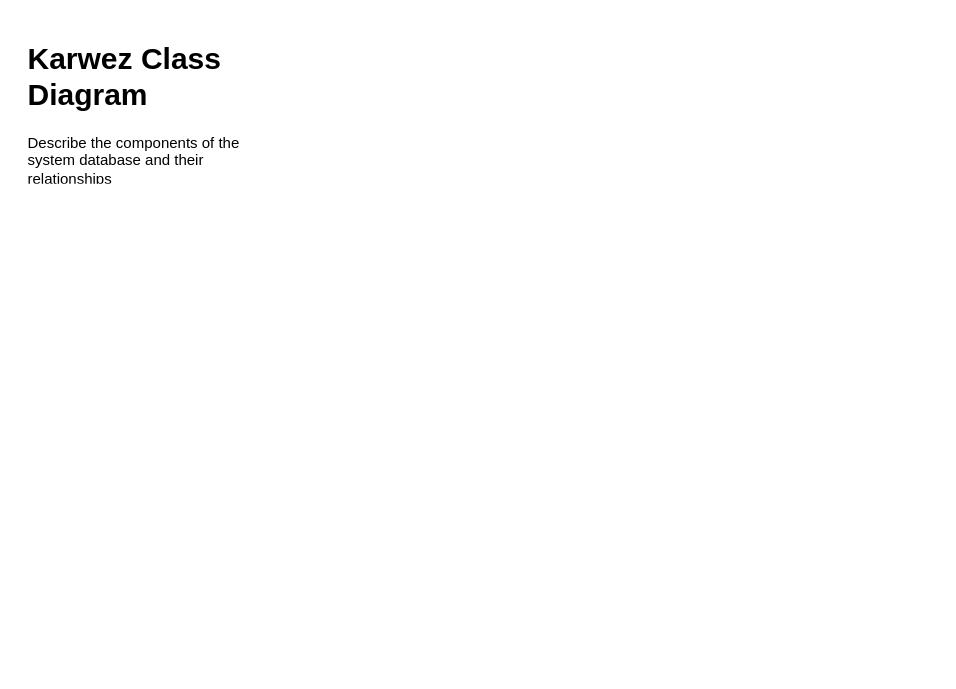
The draw.io diagram Karwez class Diagram.drawio in Goombugi/Dart-Codes, before the edit. Source tidied: cells renumbered, new cells numbered last; positions are measured from the earlier drawing's top-left corner, leaving out a move shared by most shapes. Both pictures are drawn from the tidied source at 125%, with x=0, y=0 at pixel (21, 34).
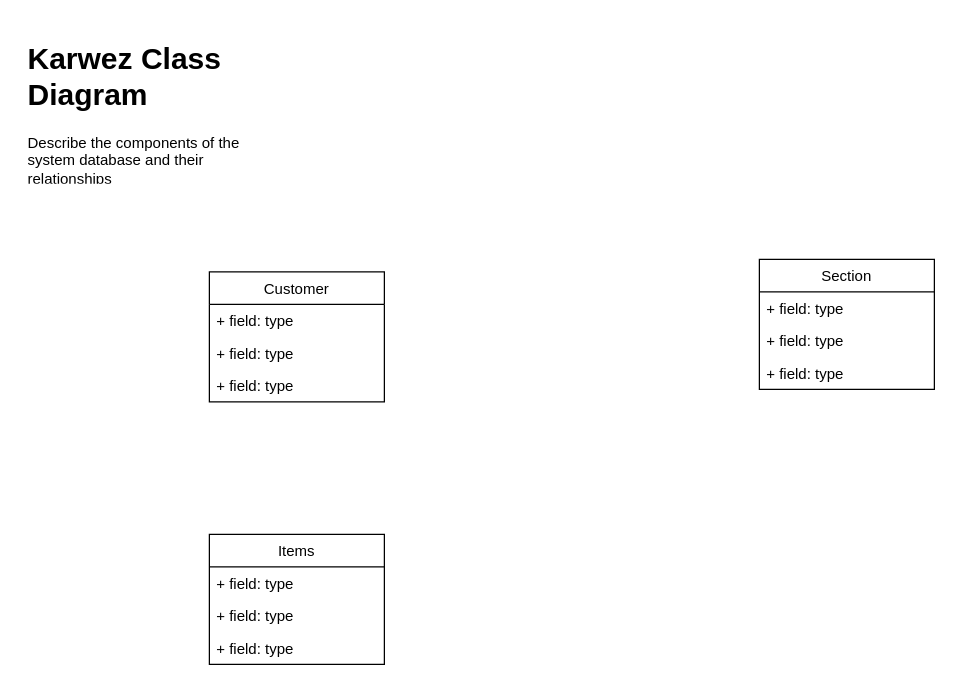
The same page after the edit.

What changed in the source:
```diff
@@
 <mxGraphModel>
   <root>
     <mxCell id="0" />
     <mxCell id="1" parent="0" />
     <mxCell id="2" value="&lt;h1&gt;Karwez Class Diagram&lt;br&gt;&lt;/h1&gt;&lt;p&gt;Describe the components of the system database and their relationships&lt;br&gt;&lt;/p&gt;" style="text;html=1;strokeColor=none;fillColor=none;spacing=5;spacingTop=-20;whiteSpace=wrap;overflow=hidden;rounded=0;" parent="1" vertex="1">
       <mxGeometry width="190" height="120" as="geometry" />
     </mxCell>
+    <mxCell id="3" value="Customer" style="swimlane;fontStyle=0;horizontal=1;startSize=26;fillColor=none;" parent="1" vertex="1">
+      <mxGeometry x="150" y="190" width="140" height="104" as="geometry" />
+    </mxCell>
+    <mxCell id="4" value="+ field: type" style="text;strokeColor=none;fillColor=none;align=left;verticalAlign=top;spacingLeft=4;spacingRight=4;overflow=hidden;" parent="3" vertex="1">
+      <mxGeometry y="26" width="140" height="26" as="geometry" />
+    </mxCell>
+    <mxCell id="5" value="+ field: type" style="text;strokeColor=none;fillColor=none;align=left;verticalAlign=top;spacingLeft=4;spacingRight=4;overflow=hidden;" parent="3" vertex="1">
+      <mxGeometry y="52" width="140" height="26" as="geometry" />
+    </mxCell>
+    <mxCell id="6" value="+ field: type" style="text;strokeColor=none;fillColor=none;align=left;verticalAlign=top;spacingLeft=4;spacingRight=4;overflow=hidden;" parent="3" vertex="1">
+      <mxGeometry y="78" width="140" height="26" as="geometry" />
+    </mxCell>
+    <mxCell id="7" value="Items" style="swimlane;fontStyle=0;horizontal=1;startSize=26;fillColor=none;" parent="1" vertex="1">
+      <mxGeometry x="150" y="400" width="140" height="104" as="geometry" />
+    </mxCell>
+    <mxCell id="8" value="+ field: type" style="text;strokeColor=none;fillColor=none;align=left;verticalAlign=top;spacingLeft=4;spacingRight=4;overflow=hidden;" parent="7" vertex="1">
+      <mxGeometry y="26" width="140" height="26" as="geometry" />
+    </mxCell>
+    <mxCell id="9" value="+ field: type" style="text;strokeColor=none;fillColor=none;align=left;verticalAlign=top;spacingLeft=4;spacingRight=4;overflow=hidden;" parent="7" vertex="1">
+      <mxGeometry y="52" width="140" height="26" as="geometry" />
+    </mxCell>
+    <mxCell id="10" value="+ field: type" style="text;strokeColor=none;fillColor=none;align=left;verticalAlign=top;spacingLeft=4;spacingRight=4;overflow=hidden;" parent="7" vertex="1">
+      <mxGeometry y="78" width="140" height="26" as="geometry" />
+    </mxCell>
+    <mxCell id="11" value="Section" style="swimlane;fontStyle=0;horizontal=1;startSize=26;fillColor=none;" parent="1" vertex="1">
+      <mxGeometry x="590" y="180" width="140" height="104" as="geometry" />
+    </mxCell>
+    <mxCell id="12" value="+ field: type" style="text;strokeColor=none;fillColor=none;align=left;verticalAlign=top;spacingLeft=4;spacingRight=4;overflow=hidden;" parent="11" vertex="1">
+      <mxGeometry y="26" width="140" height="26" as="geometry" />
+    </mxCell>
+    <mxCell id="13" value="+ field: type" style="text;strokeColor=none;fillColor=none;align=left;verticalAlign=top;spacingLeft=4;spacingRight=4;overflow=hidden;" parent="11" vertex="1">
+      <mxGeometry y="52" width="140" height="26" as="geometry" />
+    </mxCell>
+    <mxCell id="14" value="+ field: type" style="text;strokeColor=none;fillColor=none;align=left;verticalAlign=top;spacingLeft=4;spacingRight=4;overflow=hidden;" parent="11" vertex="1">
+      <mxGeometry y="78" width="140" height="26" as="geometry" />
+    </mxCell>
   </root>
 </mxGraphModel>
```
